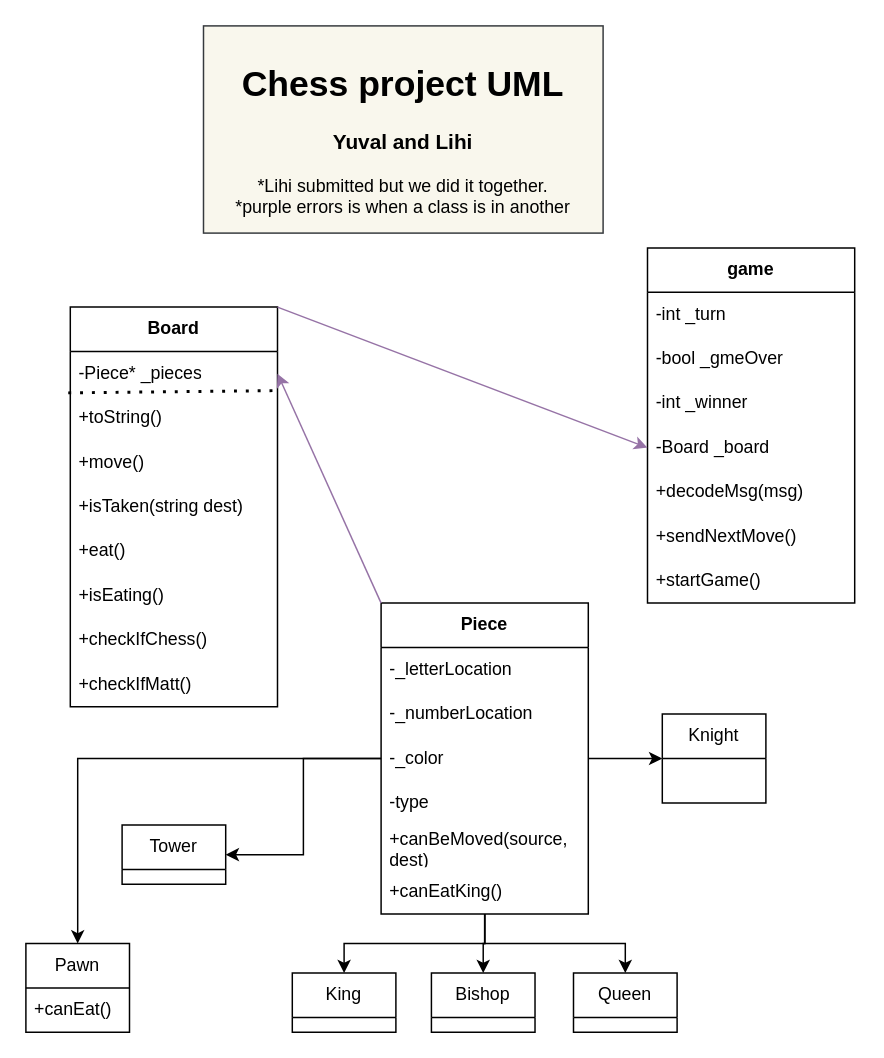
Earlier version of the draw.io diagram ChessDiagram.drawio (yuv76/Chess). Source tidied: cells renumbered, new cells numbered last; positions are measured from the earlier drawing's top-left corner, leaving out a move shared by most shapes. Both pictures are drawn from the tidied source at 148%, with x=0, y=0 at pixel (25, 25).
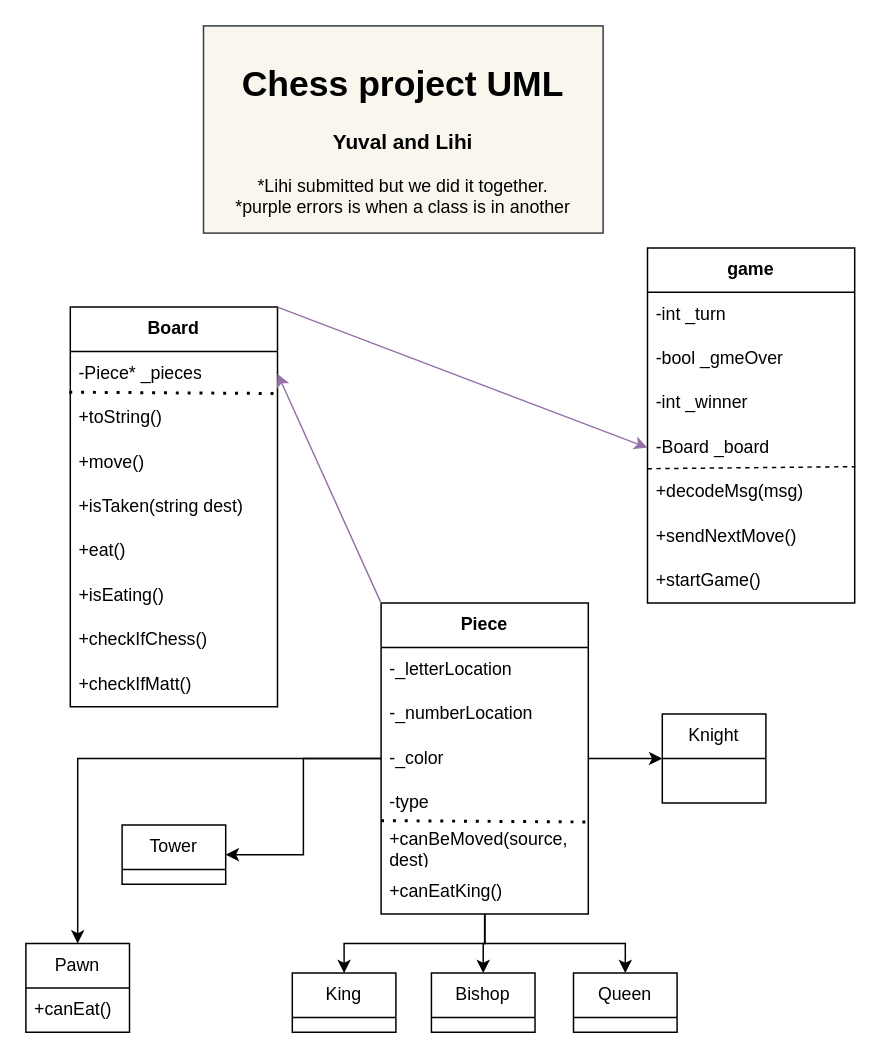
After the change.

Commit message:
Updated small thing uml

The change refers to these unchanged cells:
```xml
<mxCell id="2" value="&lt;b&gt;Board&lt;/b&gt;" style="swimlane;fontStyle=0;horizontal=1;startSize=30;whiteSpace=wrap;html=1;" parent="1" vertex="1">
  <mxGeometry x="30" y="190" width="140" height="270" as="geometry" />
</mxCell>
<mxCell id="5" value="+toString()" style="text;strokeColor=none;fillColor=none;align=left;verticalAlign=middle;spacingLeft=4;spacingRight=4;overflow=hidden;points=[[0,0.5],[1,0.5]];portConstraint=eastwest;whiteSpace=wrap;html=1;" parent="2" vertex="1">
  <mxGeometry y="60" width="140" height="30" as="geometry" />
</mxCell>
<mxCell id="12" value="&lt;b&gt;game&lt;/b&gt;" style="swimlane;fontStyle=0;horizontal=1;startSize=30;whiteSpace=wrap;html=1;" parent="1" vertex="1">
  <mxGeometry x="420" y="150" width="140" height="240" as="geometry" />
</mxCell>
<mxCell id="17" value="+decodeMsg(msg)" style="text;strokeColor=none;fillColor=none;align=left;verticalAlign=middle;spacingLeft=4;spacingRight=4;overflow=hidden;points=[[0,0.5],[1,0.5]];portConstraint=eastwest;whiteSpace=wrap;html=1;" parent="12" vertex="1">
  <mxGeometry y="150" width="140" height="30" as="geometry" />
</mxCell>
<mxCell id="26" value="&lt;b&gt;Piece&lt;/b&gt;" style="swimlane;fontStyle=0;horizontal=1;startSize=30;whiteSpace=wrap;html=1;" parent="1" vertex="1">
  <mxGeometry x="240" y="390" width="140" height="210" as="geometry" />
</mxCell>
```

What changed in the source:
```diff
@@
-    <mxCell id="4" style="endArrow=none;dashed=1;html=1;dashPattern=1 3;strokeWidth=2;rounded=0;entryX=1.004;entryY=-0.12;entryDx=0;entryDy=0;entryPerimeter=0;exitX=-0.01;exitY=-0.068;exitDx=0;exitDy=0;exitPerimeter=0;" parent="2" edge="1" source="5" target="5">
-      <mxGeometry relative="1" as="geometry" />
+    <mxCell id="4" style="endArrow=none;dashed=1;html=1;dashPattern=1 3;strokeWidth=2;rounded=0;entryX=1.004;entryY=-0.12;entryDx=0;entryDy=0;entryPerimeter=0;exitX=-0.005;exitY=0.851;exitDx=0;exitDy=0;exitPerimeter=0;" parent="2" edge="1">
+      <mxGeometry relative="1" as="geometry">
+        <mxPoint x="-0.7" y="57.5" as="sourcePoint" />
+        <mxPoint x="140.6" y="58.4" as="targetPoint" />
+      </mxGeometry>
     </mxCell>
@@
+    <mxCell id="43" style="endArrow=none;dashed=1;html=1;rounded=0;entryX=1.003;entryY=-0.073;entryDx=0;entryDy=0;entryPerimeter=0;" parent="12" edge="1" target="17">
+      <mxGeometry relative="1" as="geometry">
+        <mxPoint y="149.2" as="sourcePoint" />
+      </mxGeometry>
+    </mxCell>
@@
+    <mxCell id="44" style="endArrow=none;dashed=1;html=1;dashPattern=1 3;strokeWidth=2;rounded=0;entryX=1.004;entryY=-0.12;entryDx=0;entryDy=0;entryPerimeter=0;exitX=-0.005;exitY=0.851;exitDx=0;exitDy=0;exitPerimeter=0;" parent="26" edge="1">
+      <mxGeometry relative="1" as="geometry">
+        <mxPoint y="147" as="sourcePoint" />
+        <mxPoint x="141.3" y="147.9" as="targetPoint" />
+      </mxGeometry>
+    </mxCell>
```
